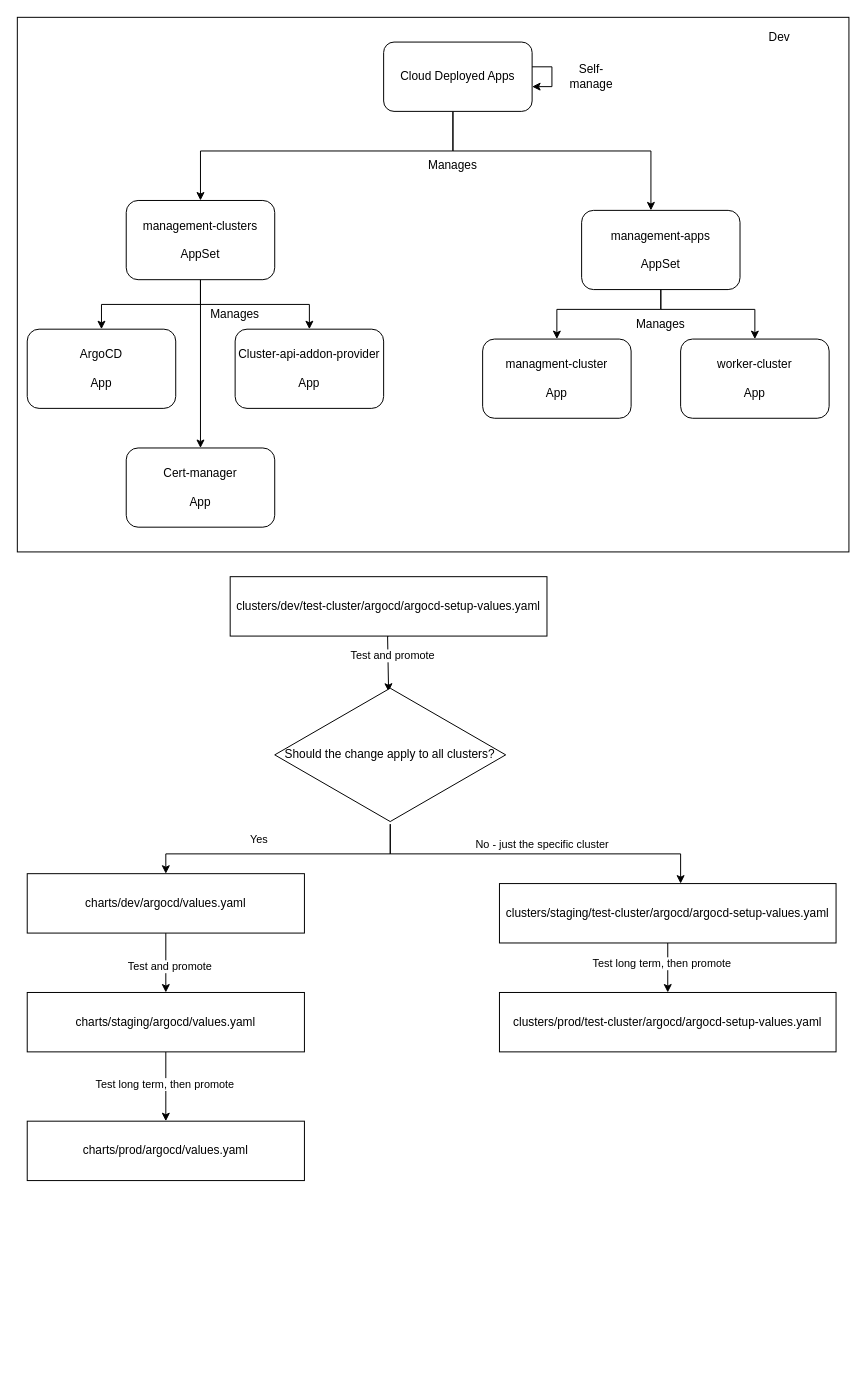
Earlier version of the draw.io diagram docs/pics/diagram.drawio (stfc/cloud-deployed-apps). Source tidied: cells renumbered, new cells numbered last; positions are measured from the earlier drawing's top-left corner, leaving out a move shared by most shapes. Both pictures are drawn from the tidied source at 99%, with x=0, y=0 at pixel (17, 17).
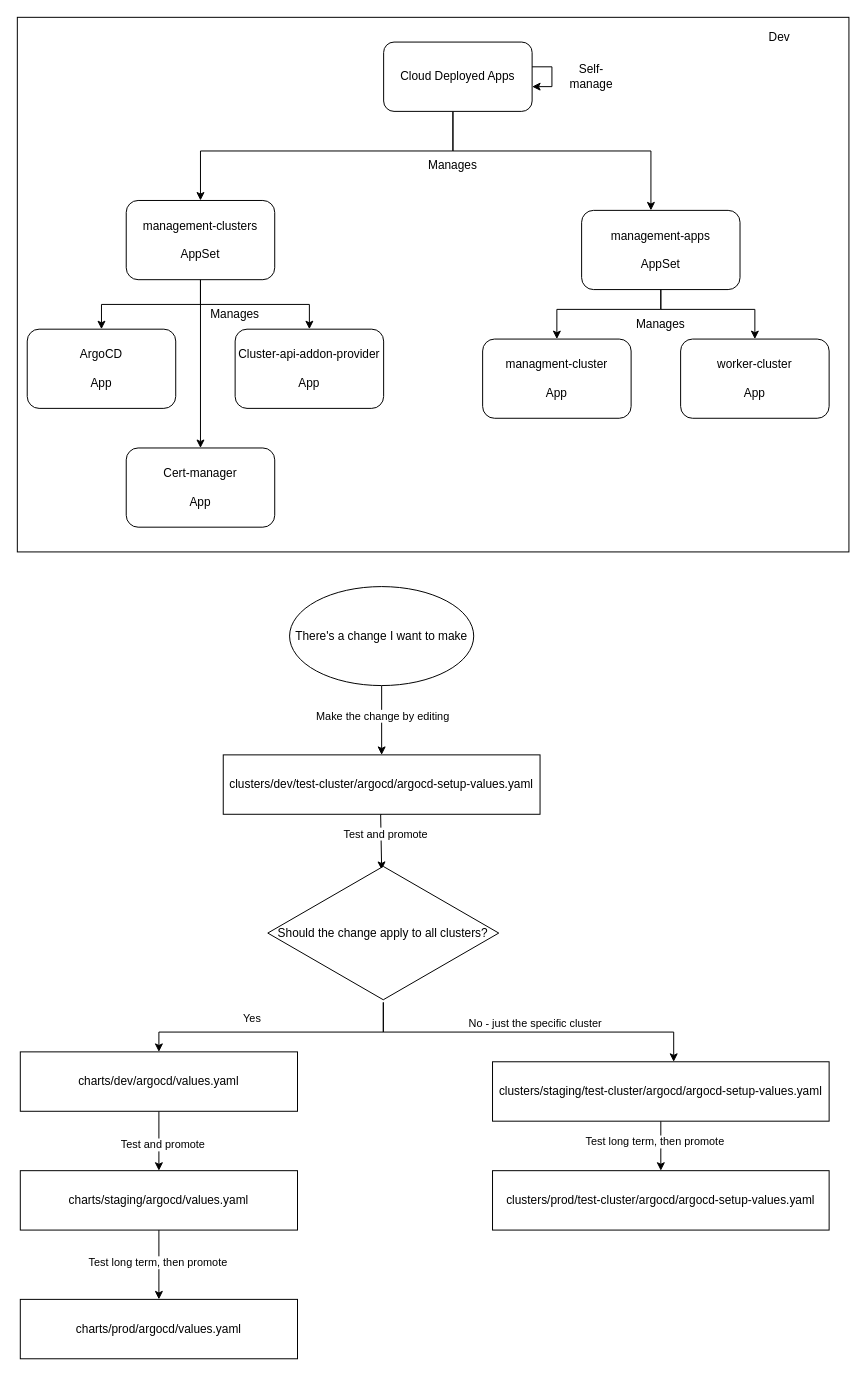
Above is the later version.

Change to the diagram source:
```diff
@@
     <mxCell id="24" style="edgeStyle=orthogonalEdgeStyle;rounded=0;jettySize=auto;html=1;entryX=0.493;entryY=0.044;entryDx=0;entryDy=0;entryPerimeter=0;exitX=0.5;exitY=1;exitDx=0;exitDy=0;" parent="1" edge="1" source="26" target="41">
       <mxGeometry relative="1" as="geometry">
         <Array as="points">
-          <mxPoint x="374" y="625" />
+          <mxPoint x="367" y="805" />
         </Array>
       </mxGeometry>
     </mxCell>
@@
     <mxCell id="26" value="clusters/dev/test-cluster/argocd/argocd-setup-values.yaml" style="rounded=0;whiteSpace=wrap;html=1;" parent="1" vertex="1">
-      <mxGeometry x="215" y="565" width="320" height="60" as="geometry" />
+      <mxGeometry x="208" y="745" width="320" height="60" as="geometry" />
     </mxCell>
@@
     <mxCell id="29" value="charts/dev/argocd/values.yaml" style="rounded=0;whiteSpace=wrap;html=1;" parent="1" vertex="1">
-      <mxGeometry x="10" y="865" width="280" height="60" as="geometry" />
+      <mxGeometry x="3" y="1045" width="280" height="60" as="geometry" />
     </mxCell>
@@
     <mxCell id="32" value="charts/staging/argocd/values.yaml" style="rounded=0;whiteSpace=wrap;html=1;" parent="1" vertex="1">
-      <mxGeometry x="10" y="985" width="280" height="60" as="geometry" />
+      <mxGeometry x="3" y="1165" width="280" height="60" as="geometry" />
     </mxCell>
     <mxCell id="33" value="charts/prod/argocd/values.yaml" style="rounded=0;whiteSpace=wrap;html=1;" parent="1" vertex="1">
-      <mxGeometry x="10" y="1115" width="280" height="60" as="geometry" />
+      <mxGeometry x="3" y="1295" width="280" height="60" as="geometry" />
     </mxCell>
@@
     <mxCell id="35" value="clusters/staging/test-cluster/argocd/argocd-setup-values.yaml" style="rounded=0;whiteSpace=wrap;html=1;" parent="1" vertex="1">
-      <mxGeometry x="487" y="875" width="340" height="60" as="geometry" />
+      <mxGeometry x="480" y="1055" width="340" height="60" as="geometry" />
     </mxCell>
     <mxCell id="36" value="clusters/prod/test-cluster/argocd/argocd-setup-values.yaml" style="rounded=0;whiteSpace=wrap;html=1;" parent="1" vertex="1">
-      <mxGeometry x="487" y="985" width="340" height="60" as="geometry" />
+      <mxGeometry x="480" y="1165" width="340" height="60" as="geometry" />
     </mxCell>
     <mxCell id="37" style="edgeStyle=orthogonalEdgeStyle;rounded=0;jettySize=auto;html=1;entryX=0.5;entryY=0;entryDx=0;entryDy=0;" parent="1" edge="1" source="41" target="29">
       <mxGeometry relative="1" as="geometry">
         <Array as="points">
-          <mxPoint x="377" y="845" />
-          <mxPoint x="150" y="845" />
+          <mxPoint x="370" y="1025" />
+          <mxPoint x="143" y="1025" />
         </Array>
       </mxGeometry>
     </mxCell>
@@
     <mxCell id="39" style="edgeStyle=orthogonalEdgeStyle;rounded=0;jettySize=auto;html=1;" parent="1" edge="1" source="41" target="35">
       <mxGeometry relative="1" as="geometry">
         <Array as="points">
-          <mxPoint x="377" y="845" />
-          <mxPoint x="670" y="845" />
+          <mxPoint x="370" y="1025" />
+          <mxPoint x="663" y="1025" />
         </Array>
       </mxGeometry>
     </mxCell>
@@
     <mxCell id="41" value="Should the change apply to all clusters?" style="html=1;whiteSpace=wrap;shape=isoRectangle;" parent="1" vertex="1">
-      <mxGeometry x="260" y="675" width="233.3" height="140" as="geometry" />
+      <mxGeometry x="253" y="855" width="233.3" height="140" as="geometry" />
     </mxCell>
     <mxCell id="42" value="&lt;div&gt;&lt;br&gt;&lt;/div&gt;" style="edgeLabel;html=1;align=center;verticalAlign=middle;" parent="1" vertex="1">
-      <mxGeometry x="320" y="835" as="geometry">
+      <mxGeometry x="313" y="1015" as="geometry">
         <mxPoint x="205" y="-10" as="offset" />
       </mxGeometry>
     </mxCell>
     <mxCell id="43" value="Test long term, then promote" style="edgeLabel;html=1;align=center;verticalAlign=middle;" parent="1" vertex="1">
-      <mxGeometry x="650" y="955" as="geometry" />
+      <mxGeometry x="643" y="1135" as="geometry" />
     </mxCell>
+    <mxCell id="44" style="edgeStyle=orthogonalEdgeStyle;rounded=0;jettySize=auto;html=1;entryX=0.5;entryY=0;entryDx=0;entryDy=0;" parent="1" edge="1" source="46" target="26">
+      <mxGeometry relative="1" as="geometry" />
+    </mxCell>
+    <mxCell id="45" value="Make the change by editing" style="edgeLabel;html=1;align=center;verticalAlign=middle;" parent="44" vertex="1">
+      <mxGeometry x="0.17" y="-2" relative="1" as="geometry">
+        <mxPoint x="2" y="-11" as="offset" />
+      </mxGeometry>
+    </mxCell>
+    <mxCell id="46" value="There's a change I want to make" style="ellipse;whiteSpace=wrap;html=1;" parent="1" vertex="1">
+      <mxGeometry x="275" y="575" width="186" height="100" as="geometry" />
+    </mxCell>
```
